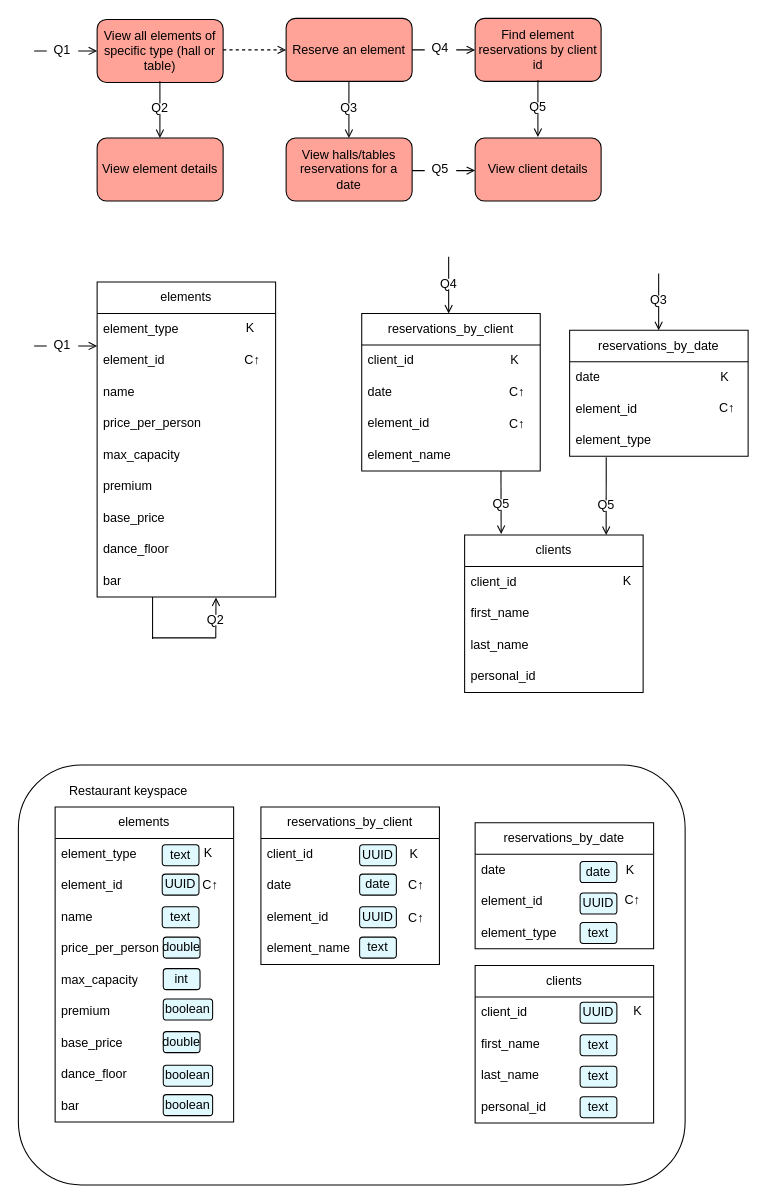
This is cassandra-queries.drawio from MatrXIdzi/NBD-noSQL-Lab, a draw.io file, before an edit. Source tidied: cells renumbered, new cells numbered last; positions are measured from the earlier drawing's top-left corner, leaving out a move shared by most shapes. Both pictures are drawn from the tidied source at 105%, with x=0, y=0 at pixel (18, 18).
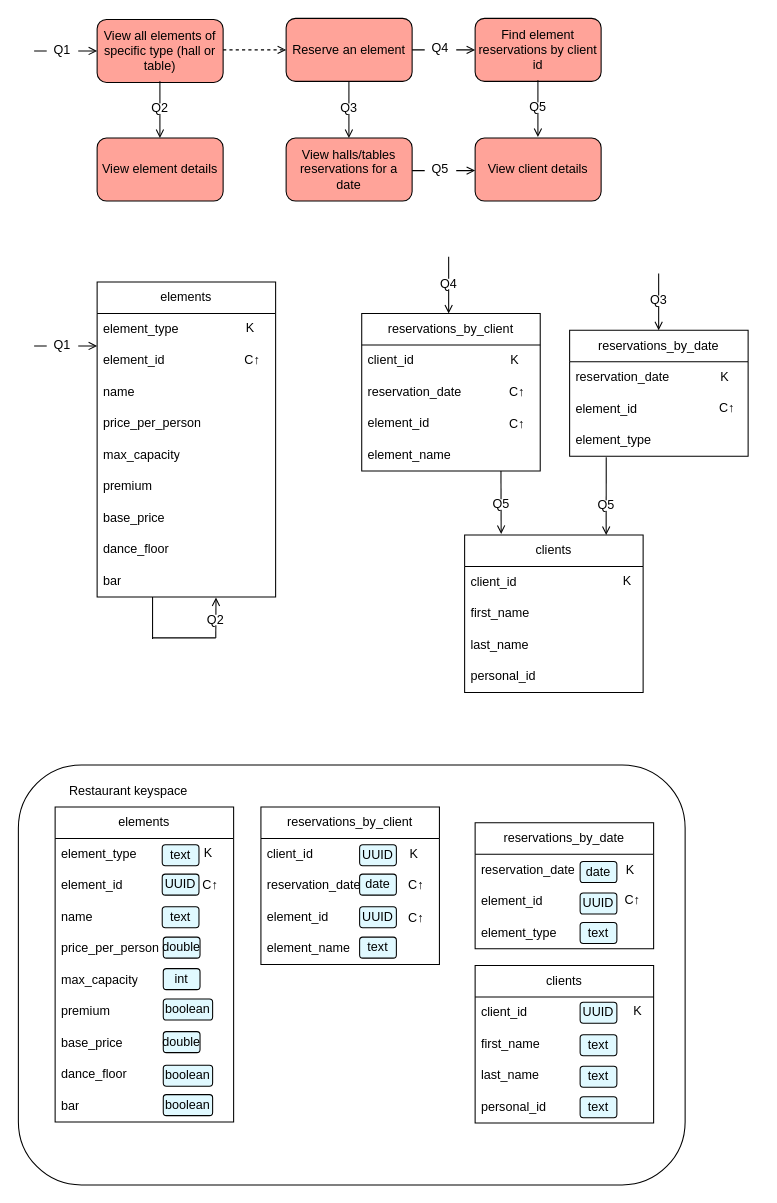
Above is the later version.

The change refers to these unchanged cells:
```xml
<mxCell id="21" value="reservations_by_date" style="swimlane;fontStyle=0;horizontal=1;startSize=30;whiteSpace=wrap;html=1;" parent="1" vertex="1">
  <mxGeometry x="525" y="297" width="170" height="120" as="geometry" />
</mxCell>
<mxCell id="39" value="reservations_by_client" style="swimlane;fontStyle=0;horizontal=1;startSize=30;whiteSpace=wrap;html=1;" parent="1" vertex="1">
  <mxGeometry x="327" y="281" width="170" height="150" as="geometry" />
</mxCell>
<mxCell id="90" value="reservations_by_client" style="swimlane;fontStyle=0;horizontal=1;startSize=30;whiteSpace=wrap;html=1;" parent="1" vertex="1">
  <mxGeometry x="231" y="751" width="170" height="150" as="geometry" />
</mxCell>
<mxCell id="102" value="reservations_by_date" style="swimlane;fontStyle=0;horizontal=1;startSize=30;whiteSpace=wrap;html=1;" parent="1" vertex="1">
  <mxGeometry x="435" y="766" width="170" height="120" as="geometry" />
</mxCell>
```

What changed in the source:
```diff
@@
-    <mxCell id="22" value="date" style="text;strokeColor=none;fillColor=none;align=left;verticalAlign=middle;spacingLeft=4;spacingRight=4;overflow=hidden;whiteSpace=wrap;html=1;" parent="21" vertex="1">
+    <mxCell id="22" value="reservation_date" style="text;strokeColor=none;fillColor=none;align=left;verticalAlign=middle;spacingLeft=4;spacingRight=4;overflow=hidden;whiteSpace=wrap;html=1;" parent="21" vertex="1">
       <mxGeometry y="30" width="170" height="30" as="geometry" />
     </mxCell>
@@
-    <mxCell id="41" value="date" style="text;strokeColor=none;fillColor=none;align=left;verticalAlign=middle;spacingLeft=4;spacingRight=4;overflow=hidden;whiteSpace=wrap;html=1;" parent="39" vertex="1">
+    <mxCell id="41" value="reservation_date" style="text;strokeColor=none;fillColor=none;align=left;verticalAlign=middle;spacingLeft=4;spacingRight=4;overflow=hidden;whiteSpace=wrap;html=1;" parent="39" vertex="1">
       <mxGeometry y="60" width="170" height="30" as="geometry" />
     </mxCell>
@@
-    <mxCell id="92" value="date" style="text;strokeColor=none;fillColor=none;align=left;verticalAlign=middle;spacingLeft=4;spacingRight=4;overflow=hidden;whiteSpace=wrap;html=1;" parent="90" vertex="1">
+    <mxCell id="92" value="reservation_date" style="text;strokeColor=none;fillColor=none;align=left;verticalAlign=middle;spacingLeft=4;spacingRight=4;overflow=hidden;whiteSpace=wrap;html=1;" parent="90" vertex="1">
       <mxGeometry y="60" width="170" height="30" as="geometry" />
     </mxCell>
@@
-    <mxCell id="103" value="date" style="text;strokeColor=none;fillColor=none;align=left;verticalAlign=middle;spacingLeft=4;spacingRight=4;overflow=hidden;whiteSpace=wrap;html=1;" parent="102" vertex="1">
+    <mxCell id="103" value="reservation_date" style="text;strokeColor=none;fillColor=none;align=left;verticalAlign=middle;spacingLeft=4;spacingRight=4;overflow=hidden;whiteSpace=wrap;html=1;" parent="102" vertex="1">
       <mxGeometry y="30" width="170" height="30" as="geometry" />
     </mxCell>
```
